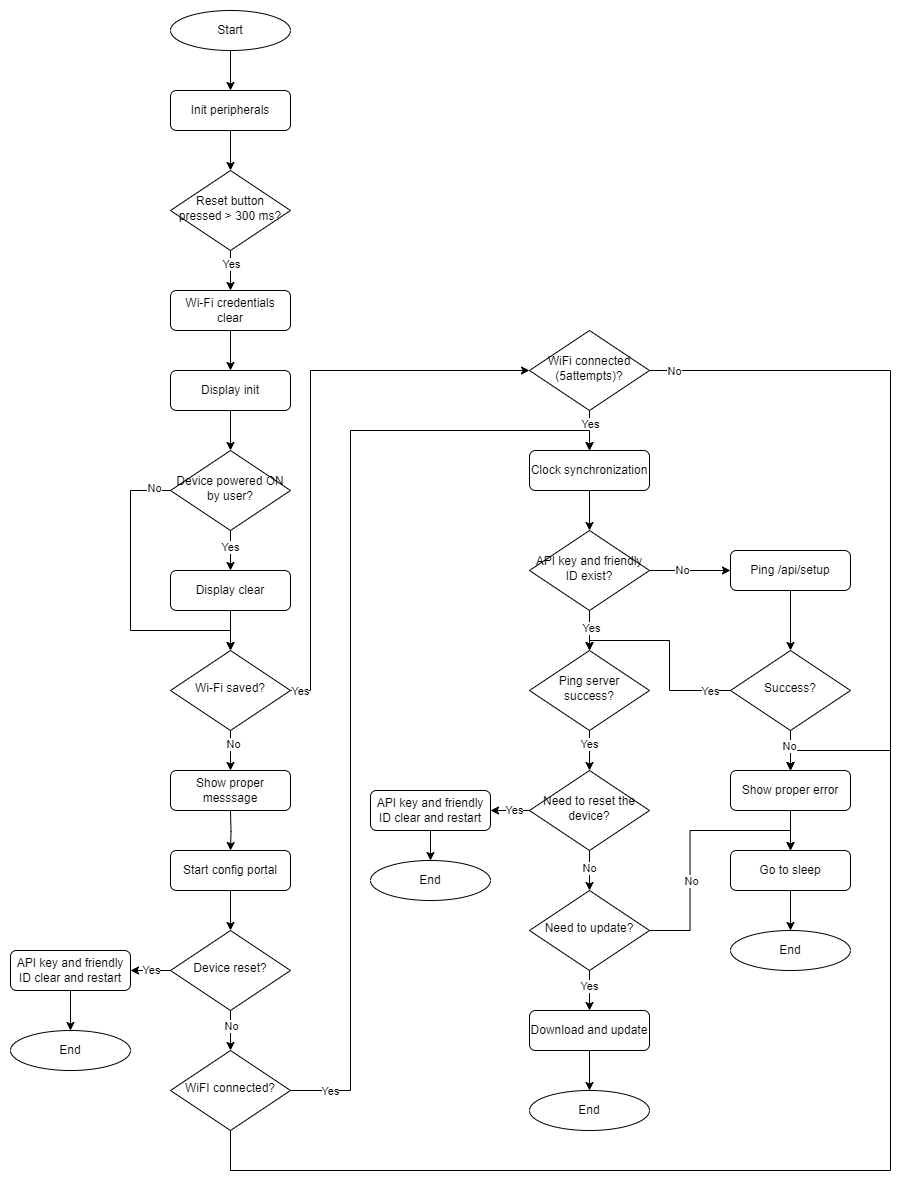
usetrmnl/firmware keeps this draw.io diagram as pics/algorithm.png. Above is the earlier version. Source tidied: cells renumbered, new cells last; positions are measured from the earlier drawing's top-left corner, leaving out a move shared by most shapes.
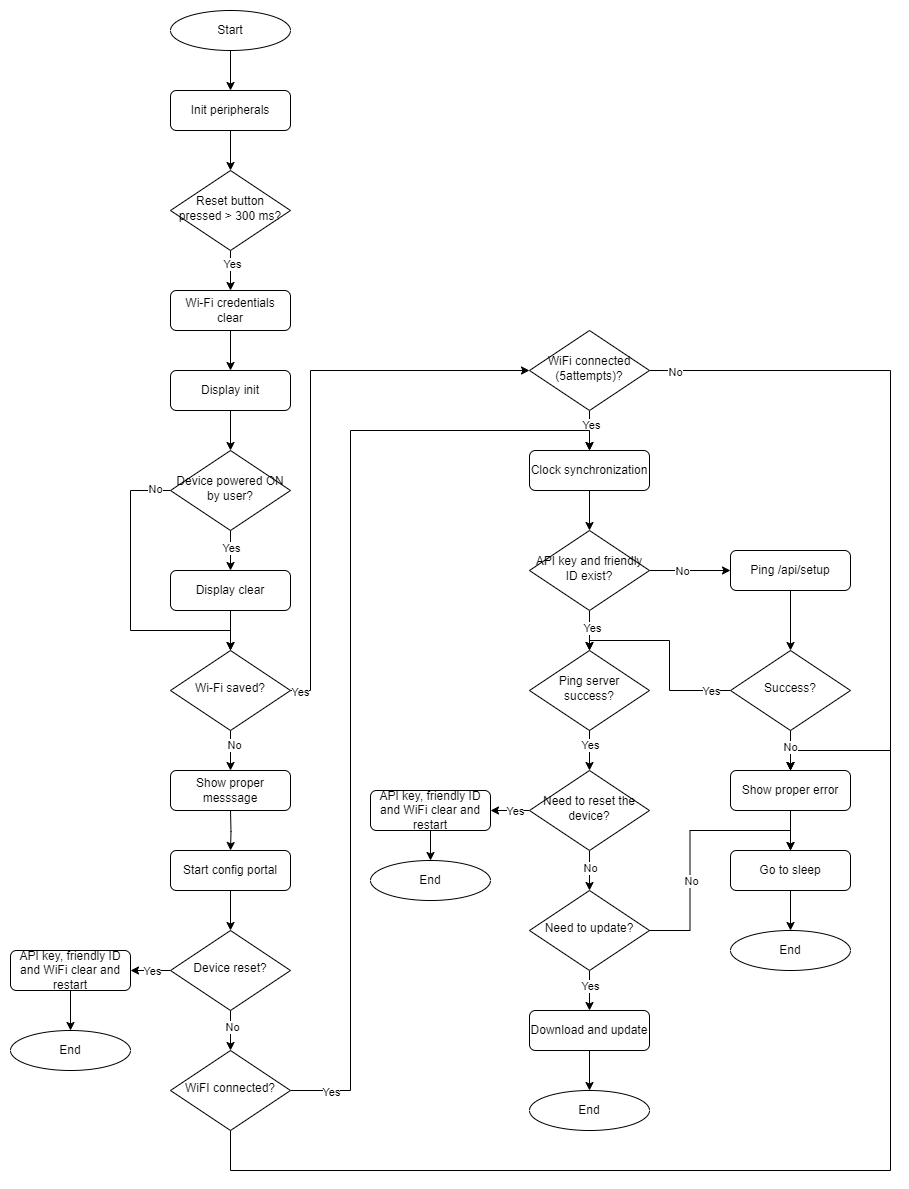
After the commit.

What changed in the source:
```diff
@@ -182,7 +182,7 @@
     <mxCell id="49" style="edgeStyle=orthogonalEdgeStyle;rounded=0;jettySize=auto;html=1;" parent="1" edge="1" source="50" target="82">
       <mxGeometry relative="1" as="geometry" />
     </mxCell>
-    <mxCell id="50" value="API key and friendly ID clear and restart" style="rounded=1;whiteSpace=wrap;html=1;fontSize=12;glass=0;strokeWidth=1;shadow=0;" parent="1" vertex="1">
+    <mxCell id="50" value="API key, friendly ID and WiFi clear and restart" style="rounded=1;whiteSpace=wrap;html=1;fontSize=12;glass=0;strokeWidth=1;shadow=0;" parent="1" vertex="1">
       <mxGeometry y="940" width="120" height="40" as="geometry" />
     </mxCell>
     <mxCell id="51" style="edgeStyle=orthogonalEdgeStyle;rounded=0;jettySize=auto;html=1;" parent="1" edge="1" source="53" target="60">
@@ -256,7 +256,7 @@
     <mxCell id="71" style="edgeStyle=orthogonalEdgeStyle;rounded=0;jettySize=auto;html=1;" parent="1" edge="1" source="72" target="73">
       <mxGeometry relative="1" as="geometry" />
     </mxCell>
-    <mxCell id="72" value="API key and friendly ID clear and restart" style="rounded=1;whiteSpace=wrap;html=1;fontSize=12;glass=0;strokeWidth=1;shadow=0;" parent="1" vertex="1">
+    <mxCell id="72" value="API key, friendly ID and WiFi clear and restart" style="rounded=1;whiteSpace=wrap;html=1;fontSize=12;glass=0;strokeWidth=1;shadow=0;" parent="1" vertex="1">
       <mxGeometry x="360" y="780" width="120" height="40" as="geometry" />
     </mxCell>
     <mxCell id="73" value="End" style="ellipse;whiteSpace=wrap;html=1;" parent="1" vertex="1">
```
